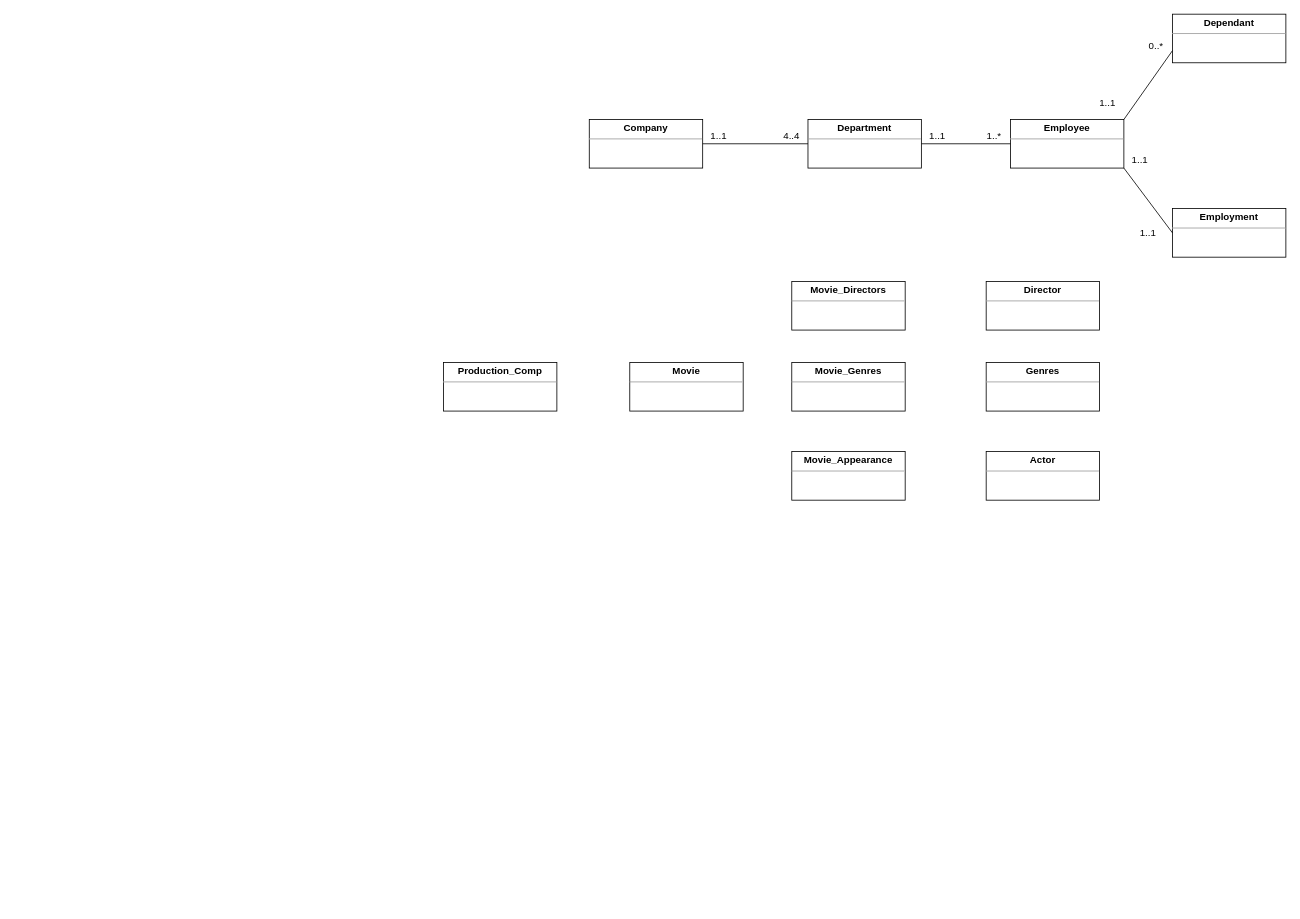
This is FDMPasstask3.drawio from LastMinuteBanter/DistinctionTaskUML, a draw.io file, before an edit. Source tidied: cells renumbered, new cells numbered last; positions are measured from the earlier drawing's top-left corner, leaving out a move shared by most shapes. Both pictures are drawn from the tidied source at 81%, with x=0, y=0 at pixel (443, 14).
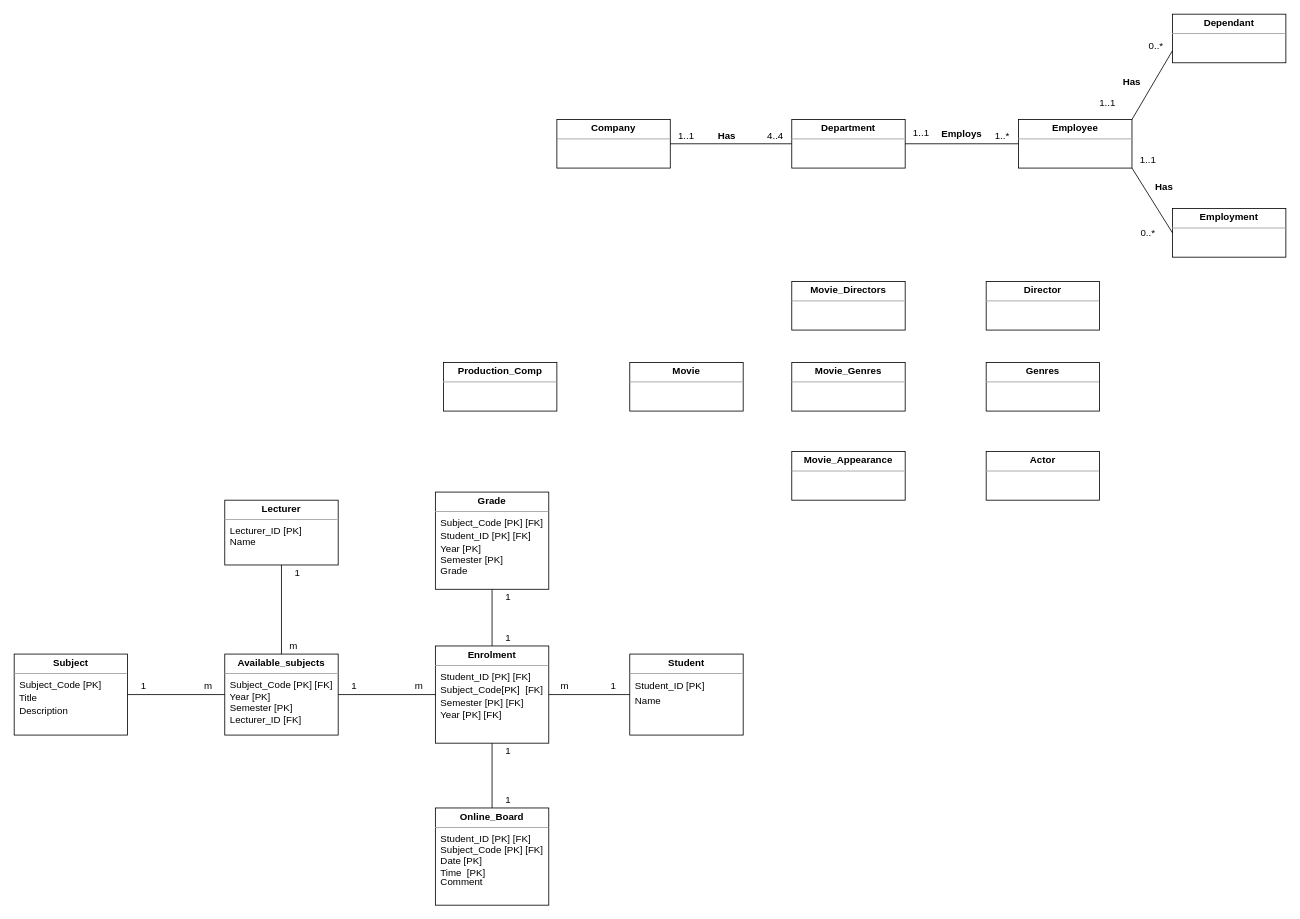
Above is the later version.

Diff of the diagram source:
```diff
@@
     <mxCell id="2" value="&lt;p style=&quot;margin: 0px ; margin-top: 4px ; text-align: center&quot;&gt;&lt;b&gt;Company&lt;/b&gt;&lt;br&gt;&lt;/p&gt;&lt;hr size=&quot;1&quot;&gt;&lt;div style=&quot;height: 2px&quot;&gt;&lt;/div&gt;" style="verticalAlign=top;align=left;overflow=fill;fontSize=12;fontFamily=Helvetica;html=1;" parent="1" vertex="1">
-      <mxGeometry x="180" y="130" width="140" height="60" as="geometry" />
+      <mxGeometry x="140" y="130" width="140" height="60" as="geometry" />
     </mxCell>
     <mxCell id="3" value="&lt;p style=&quot;margin: 0px ; margin-top: 4px ; text-align: center&quot;&gt;&lt;b&gt;Department&lt;/b&gt;&lt;br&gt;&lt;/p&gt;&lt;hr size=&quot;1&quot;&gt;&lt;div style=&quot;height: 2px&quot;&gt;&lt;/div&gt;" style="verticalAlign=top;align=left;overflow=fill;fontSize=12;fontFamily=Helvetica;html=1;" parent="1" vertex="1">
-      <mxGeometry x="450" y="130" width="140" height="60" as="geometry" />
+      <mxGeometry x="430" y="130" width="140" height="60" as="geometry" />
     </mxCell>
     <mxCell id="4" value="&lt;p style=&quot;margin: 0px ; margin-top: 4px ; text-align: center&quot;&gt;&lt;b&gt;Employee&lt;/b&gt;&lt;br&gt;&lt;/p&gt;&lt;hr size=&quot;1&quot;&gt;&lt;div style=&quot;height: 2px&quot;&gt;&lt;/div&gt;" style="verticalAlign=top;align=left;overflow=fill;fontSize=12;fontFamily=Helvetica;html=1;" parent="1" vertex="1">
-      <mxGeometry x="700" y="130" width="140" height="60" as="geometry" />
+      <mxGeometry x="710" y="130" width="140" height="60" as="geometry" />
     </mxCell>
@@
     <mxCell id="11" value="1..1" style="text;html=1;strokeColor=none;fillColor=none;align=center;verticalAlign=middle;whiteSpace=wrap;rounded=0;" parent="1" vertex="1">
-      <mxGeometry x="320" y="140" width="40" height="20" as="geometry" />
+      <mxGeometry x="280" y="140" width="40" height="20" as="geometry" />
     </mxCell>
     <mxCell id="12" value="4..4" style="text;html=1;strokeColor=none;fillColor=none;align=center;verticalAlign=middle;whiteSpace=wrap;rounded=0;" parent="1" vertex="1">
-      <mxGeometry x="410" y="140" width="40" height="20" as="geometry" />
+      <mxGeometry x="390" y="140" width="40" height="20" as="geometry" />
     </mxCell>
     <mxCell id="13" value="1..1" style="text;html=1;strokeColor=none;fillColor=none;align=center;verticalAlign=middle;whiteSpace=wrap;rounded=0;" parent="1" vertex="1">
-      <mxGeometry x="590" y="140" width="40" height="20" as="geometry" />
+      <mxGeometry x="570" y="137" width="40" height="20" as="geometry" />
     </mxCell>
     <mxCell id="14" value="1..*" style="text;html=1;strokeColor=none;fillColor=none;align=center;verticalAlign=middle;whiteSpace=wrap;rounded=0;" parent="1" vertex="1">
-      <mxGeometry x="660" y="140" width="40" height="20" as="geometry" />
+      <mxGeometry x="670" y="140" width="40" height="20" as="geometry" />
     </mxCell>
@@
     <mxCell id="17" value="1..1" style="text;html=1;strokeColor=none;fillColor=none;align=center;verticalAlign=middle;whiteSpace=wrap;rounded=0;" parent="1" vertex="1">
-      <mxGeometry x="840" y="170" width="40" height="20" as="geometry" />
+      <mxGeometry x="850" y="170" width="40" height="20" as="geometry" />
     </mxCell>
-    <mxCell id="18" value="1..1" style="text;html=1;strokeColor=none;fillColor=none;align=center;verticalAlign=middle;whiteSpace=wrap;rounded=0;" parent="1" vertex="1">
+    <mxCell id="18" value="0..*" style="text;html=1;strokeColor=none;fillColor=none;align=center;verticalAlign=middle;whiteSpace=wrap;rounded=0;" parent="1" vertex="1">
       <mxGeometry x="850" y="260" width="40" height="20" as="geometry" />
     </mxCell>
@@
+    <mxCell id="27" value="Has" style="text;align=center;fontStyle=1;verticalAlign=middle;spacingLeft=3;spacingRight=3;strokeColor=none;" parent="1" vertex="1">
+      <mxGeometry x="310" y="137" width="80" height="26" as="geometry" />
+    </mxCell>
+    <mxCell id="28" value="Employs" style="text;align=center;fontStyle=1;verticalAlign=middle;spacingLeft=3;spacingRight=3;strokeColor=none;" parent="1" vertex="1">
+      <mxGeometry x="600" y="134" width="80" height="26" as="geometry" />
+    </mxCell>
+    <mxCell id="29" value="Has" style="text;align=center;fontStyle=1;verticalAlign=middle;spacingLeft=3;spacingRight=3;strokeColor=none;" parent="1" vertex="1">
+      <mxGeometry x="810" y="70" width="80" height="26" as="geometry" />
+    </mxCell>
+    <mxCell id="30" value="Has" style="text;align=center;fontStyle=1;verticalAlign=middle;spacingLeft=3;spacingRight=3;strokeColor=none;" parent="1" vertex="1">
+      <mxGeometry x="850" y="200" width="80" height="26" as="geometry" />
+    </mxCell>
+    <mxCell id="31" value="&lt;p style=&quot;margin: 0px ; margin-top: 4px ; text-align: center&quot;&gt;&lt;b&gt;Subject&lt;/b&gt;&lt;br&gt;&lt;/p&gt;&lt;hr size=&quot;1&quot;&gt;&lt;div style=&quot;height: 2px&quot;&gt;&amp;nbsp; Subject_Code [PK]&lt;br&gt;&lt;/div&gt;&lt;div style=&quot;height: 2px&quot;&gt;&lt;br&gt;&lt;/div&gt;&lt;div style=&quot;height: 2px&quot;&gt;&lt;br&gt;&lt;/div&gt;&lt;div style=&quot;height: 2px&quot;&gt;&lt;br&gt;&lt;/div&gt;&lt;div style=&quot;height: 2px&quot;&gt;&lt;br&gt;&lt;/div&gt;&lt;div style=&quot;height: 2px&quot;&gt;&lt;br&gt;&lt;/div&gt;&lt;div style=&quot;height: 2px&quot;&gt;&lt;br&gt;&lt;/div&gt;&lt;div style=&quot;height: 2px&quot;&gt;&lt;br&gt;&lt;/div&gt;&lt;div style=&quot;height: 2px&quot;&gt;&amp;nbsp; Title &lt;br&gt;&lt;/div&gt;&lt;div style=&quot;height: 2px&quot;&gt;&lt;br&gt;&lt;/div&gt;&lt;div style=&quot;height: 2px&quot;&gt;&lt;br&gt;&lt;/div&gt;&lt;div style=&quot;height: 2px&quot;&gt;&lt;br&gt;&lt;/div&gt;&lt;div style=&quot;height: 2px&quot;&gt;&lt;br&gt;&lt;/div&gt;&lt;div style=&quot;height: 2px&quot;&gt;&lt;br&gt;&lt;/div&gt;&lt;div style=&quot;height: 2px&quot;&gt;&lt;br&gt;&lt;/div&gt;&lt;div style=&quot;height: 2px&quot;&gt;&lt;br&gt;&lt;/div&gt;&lt;div style=&quot;height: 2px&quot;&gt;&amp;nbsp; Description&lt;br&gt;&lt;/div&gt;" style="verticalAlign=top;align=left;overflow=fill;fontSize=12;fontFamily=Helvetica;html=1;" parent="1" vertex="1">
+      <mxGeometry x="-530" y="790" width="140" height="100" as="geometry" />
+    </mxCell>
+    <mxCell id="32" value="&lt;p style=&quot;margin: 0px ; margin-top: 4px ; text-align: center&quot;&gt;&lt;b&gt;Available_subjects&lt;/b&gt;&lt;br&gt;&lt;/p&gt;&lt;hr size=&quot;1&quot;&gt;&lt;div&gt;&amp;nbsp; Subject_Code [PK] [FK]&lt;br&gt;&lt;/div&gt;&lt;div&gt;&amp;nbsp; Year [PK]&lt;br&gt;&lt;/div&gt;&lt;div&gt;&amp;nbsp; Semester [PK]&lt;br&gt;&lt;/div&gt;&lt;div&gt;&amp;nbsp; Lecturer_ID [FK]&lt;br&gt;&lt;/div&gt;" style="verticalAlign=top;align=left;overflow=fill;fontSize=12;fontFamily=Helvetica;html=1;" parent="1" vertex="1">
+      <mxGeometry x="-270" y="790" width="140" height="100" as="geometry" />
+    </mxCell>
+    <mxCell id="33" value="&lt;p style=&quot;margin: 0px ; margin-top: 4px ; text-align: center&quot;&gt;&lt;b&gt;Lecturer&lt;/b&gt;&lt;br&gt;&lt;/p&gt;&lt;hr size=&quot;1&quot;&gt;&lt;div style=&quot;height: 2px&quot;&gt;&amp;nbsp; Lecturer_ID [PK]&lt;br&gt;&lt;/div&gt;&lt;div style=&quot;height: 2px&quot;&gt;&lt;br&gt;&lt;/div&gt;&lt;div style=&quot;height: 2px&quot;&gt;&lt;br&gt;&lt;/div&gt;&lt;div style=&quot;height: 2px&quot;&gt;&lt;br&gt;&lt;/div&gt;&lt;div style=&quot;height: 2px&quot;&gt;&lt;br&gt;&lt;/div&gt;&lt;div style=&quot;height: 2px&quot;&gt;&lt;br&gt;&lt;/div&gt;&lt;div style=&quot;height: 2px&quot;&gt;&lt;br&gt;&lt;/div&gt;&lt;div style=&quot;height: 2px&quot;&gt;&amp;nbsp; Name&lt;br&gt;&lt;/div&gt;" style="verticalAlign=top;align=left;overflow=fill;fontSize=12;fontFamily=Helvetica;html=1;" parent="1" vertex="1">
+      <mxGeometry x="-270" y="600" width="140" height="80" as="geometry" />
+    </mxCell>
+    <mxCell id="34" value="&lt;p style=&quot;margin: 0px ; margin-top: 4px ; text-align: center&quot;&gt;&lt;b&gt;Enrolment&lt;/b&gt;&lt;br&gt;&lt;/p&gt;&lt;hr size=&quot;1&quot;&gt;&lt;div style=&quot;height: 2px&quot;&gt;&amp;nbsp; Student_ID [PK] [FK]&lt;br&gt;&lt;/div&gt;&lt;div style=&quot;height: 2px&quot;&gt;&lt;br&gt;&lt;/div&gt;&lt;div style=&quot;height: 2px&quot;&gt;&lt;br&gt;&lt;/div&gt;&lt;div style=&quot;height: 2px&quot;&gt;&lt;br&gt;&lt;/div&gt;&lt;div style=&quot;height: 2px&quot;&gt;&lt;br&gt;&lt;/div&gt;&lt;div style=&quot;height: 2px&quot;&gt;&lt;br&gt;&lt;/div&gt;&lt;div style=&quot;height: 2px&quot;&gt;&lt;br&gt;&lt;/div&gt;&lt;div style=&quot;height: 2px&quot;&gt;&lt;br&gt;&lt;/div&gt;&lt;div style=&quot;height: 2px&quot;&gt;&amp;nbsp; Subject_Code[PK]&amp;nbsp; [FK]&lt;/div&gt;&lt;div style=&quot;height: 2px&quot;&gt;&lt;br&gt;&lt;/div&gt;&lt;div style=&quot;height: 2px&quot;&gt;&lt;br&gt;&lt;/div&gt;&lt;div style=&quot;height: 2px&quot;&gt;&lt;br&gt;&lt;/div&gt;&lt;div style=&quot;height: 2px&quot;&gt;&lt;br&gt;&lt;/div&gt;&lt;div style=&quot;height: 2px&quot;&gt;&lt;br&gt;&lt;/div&gt;&lt;div style=&quot;height: 2px&quot;&gt;&lt;br&gt;&lt;/div&gt;&lt;div style=&quot;height: 2px&quot;&gt;&lt;br&gt;&lt;/div&gt;&lt;div style=&quot;height: 2px&quot;&gt;&amp;nbsp; Semester [PK] [FK]&lt;/div&gt;&lt;div style=&quot;height: 2px&quot;&gt;&lt;br&gt;&lt;/div&gt;&lt;div style=&quot;height: 2px&quot;&gt;&lt;br&gt;&lt;/div&gt;&lt;div style=&quot;height: 2px&quot;&gt;&lt;br&gt;&lt;/div&gt;&lt;div style=&quot;height: 2px&quot;&gt;&lt;br&gt;&lt;/div&gt;&lt;div style=&quot;height: 2px&quot;&gt;&lt;br&gt;&lt;/div&gt;&lt;div style=&quot;height: 2px&quot;&gt;&amp;nbsp;&lt;br&gt;&lt;/div&gt;&lt;div style=&quot;height: 2px&quot;&gt;&lt;br&gt;&lt;/div&gt;&lt;div style=&quot;height: 2px&quot;&gt;&amp;nbsp; Year [PK] [FK]&lt;/div&gt;" style="verticalAlign=top;align=left;overflow=fill;fontSize=12;fontFamily=Helvetica;html=1;" parent="1" vertex="1">
+      <mxGeometry x="-10" y="780" width="140" height="120" as="geometry" />
+    </mxCell>
+    <mxCell id="35" value="&lt;p style=&quot;margin: 0px ; margin-top: 4px ; text-align: center&quot;&gt;&lt;b&gt;Online_Board&lt;/b&gt;&lt;br&gt;&lt;/p&gt;&lt;hr size=&quot;1&quot;&gt;&lt;div style=&quot;height: 2px&quot;&gt;&amp;nbsp; Student_ID [PK] [FK]&lt;/div&gt;&lt;div style=&quot;height: 2px&quot;&gt;&lt;br&gt;&lt;/div&gt;&lt;div style=&quot;height: 2px&quot;&gt;&lt;br&gt;&lt;/div&gt;&lt;div style=&quot;height: 2px&quot;&gt;&lt;br&gt;&lt;/div&gt;&lt;div style=&quot;height: 2px&quot;&gt;&lt;br&gt;&lt;/div&gt;&lt;div style=&quot;height: 2px&quot;&gt;&lt;br&gt;&lt;/div&gt;&lt;div style=&quot;height: 2px&quot;&gt;&lt;br&gt;&lt;/div&gt;&lt;div style=&quot;height: 2px&quot;&gt;&amp;nbsp; Subject_Code [PK] [FK]&lt;/div&gt;&lt;div style=&quot;height: 2px&quot;&gt;&lt;br&gt;&lt;/div&gt;&lt;div style=&quot;height: 2px&quot;&gt;&lt;br&gt;&lt;/div&gt;&lt;div style=&quot;height: 2px&quot;&gt;&lt;br&gt;&lt;/div&gt;&lt;div style=&quot;height: 2px&quot;&gt;&lt;br&gt;&lt;/div&gt;&lt;div style=&quot;height: 2px&quot;&gt;&lt;br&gt;&lt;/div&gt;&lt;div style=&quot;height: 2px&quot;&gt;&amp;nbsp; &lt;br&gt;&lt;/div&gt;&lt;div style=&quot;height: 2px&quot;&gt;&amp;nbsp; Date [PK]&lt;br&gt;&lt;/div&gt;&lt;div style=&quot;height: 2px&quot;&gt;&lt;br&gt;&lt;/div&gt;&lt;div style=&quot;height: 2px&quot;&gt;&lt;br&gt;&lt;/div&gt;&lt;div style=&quot;height: 2px&quot;&gt;&lt;br&gt;&lt;/div&gt;&lt;div style=&quot;height: 2px&quot;&gt;&lt;br&gt;&lt;/div&gt;&lt;div style=&quot;height: 2px&quot;&gt;&lt;br&gt;&lt;/div&gt;&lt;div style=&quot;height: 2px&quot;&gt;&lt;br&gt;&lt;/div&gt;&lt;div style=&quot;height: 2px&quot;&gt;&amp;nbsp; Time&amp;nbsp; [PK]&lt;br&gt;&lt;div style=&quot;height: 2px&quot;&gt;&lt;br&gt;&lt;/div&gt;&lt;div style=&quot;height: 2px&quot;&gt;&lt;br&gt;&lt;/div&gt;&lt;div style=&quot;height: 2px&quot;&gt;&lt;br&gt;&lt;/div&gt;&lt;div style=&quot;height: 2px&quot;&gt;&lt;br&gt;&lt;br&gt;&lt;/div&gt;&lt;/div&gt;&lt;div style=&quot;height: 2px&quot;&gt;&lt;br&gt;&lt;/div&gt;&lt;div style=&quot;height: 2px&quot;&gt;&lt;br&gt;&lt;/div&gt;&lt;div style=&quot;height: 2px&quot;&gt;&lt;br&gt;&lt;/div&gt;&lt;div style=&quot;height: 2px&quot;&gt;&lt;br&gt;&lt;/div&gt;&lt;div style=&quot;height: 2px&quot;&gt;&lt;br&gt;&lt;/div&gt;&lt;div style=&quot;height: 2px&quot;&gt;&amp;nbsp; Comment&lt;br&gt;&lt;/div&gt;&lt;div style=&quot;height: 2px&quot;&gt;&lt;br&gt;&lt;/div&gt;&lt;div style=&quot;height: 2px&quot;&gt;&lt;br&gt;&lt;/div&gt;&lt;div style=&quot;height: 2px&quot;&gt;&lt;br&gt;&lt;/div&gt;&lt;div style=&quot;height: 2px&quot;&gt;&lt;br&gt;&lt;/div&gt;&lt;div style=&quot;height: 2px&quot;&gt;&lt;br&gt;&lt;/div&gt;&lt;div style=&quot;height: 2px&quot;&gt;&lt;br&gt;&lt;/div&gt;" style="verticalAlign=top;align=left;overflow=fill;fontSize=12;fontFamily=Helvetica;html=1;" parent="1" vertex="1">
+      <mxGeometry x="-10" y="980" width="140" height="120" as="geometry" />
+    </mxCell>
+    <mxCell id="36" value="&lt;p style=&quot;margin: 0px ; margin-top: 4px ; text-align: center&quot;&gt;&lt;b&gt;Student&lt;/b&gt;&lt;br&gt;&lt;/p&gt;&lt;hr size=&quot;1&quot;&gt;&lt;div style=&quot;height: 2px&quot;&gt;&amp;nbsp; &lt;br&gt;&lt;/div&gt;&lt;div style=&quot;height: 2px&quot;&gt;&amp;nbsp; Student_ID [PK]&lt;/div&gt;&lt;div style=&quot;height: 2px&quot;&gt;&lt;br&gt;&lt;/div&gt;&lt;div style=&quot;height: 2px&quot;&gt;&lt;br&gt;&lt;/div&gt;&lt;div style=&quot;height: 2px&quot;&gt;&lt;br&gt;&lt;/div&gt;&lt;div style=&quot;height: 2px&quot;&gt;&lt;br&gt;&lt;/div&gt;&lt;div style=&quot;height: 2px&quot;&gt;&lt;br&gt;&lt;/div&gt;&lt;div style=&quot;height: 2px&quot;&gt;&lt;br&gt;&lt;/div&gt;&lt;div style=&quot;height: 2px&quot;&gt;&lt;br&gt;&lt;/div&gt;&lt;div style=&quot;height: 2px&quot;&gt;&lt;br&gt;&lt;/div&gt;&lt;div style=&quot;height: 2px&quot;&gt;&amp;nbsp; Name&lt;div style=&quot;height: 2px&quot;&gt;&lt;br&gt;&lt;/div&gt;&lt;div style=&quot;height: 2px&quot;&gt;&lt;br&gt;&lt;br&gt;&lt;/div&gt;&lt;div style=&quot;height: 2px&quot;&gt;&lt;br&gt;&lt;/div&gt;&lt;div style=&quot;height: 2px&quot;&gt;&lt;br&gt;&lt;/div&gt;&lt;div style=&quot;height: 2px&quot;&gt;&lt;br&gt;&lt;/div&gt;&lt;div style=&quot;height: 2px&quot;&gt;&lt;br&gt;&lt;br&gt;&lt;/div&gt;&lt;/div&gt;" style="verticalAlign=top;align=left;overflow=fill;fontSize=12;fontFamily=Helvetica;html=1;" parent="1" vertex="1">
+      <mxGeometry x="230" y="790" width="140" height="100" as="geometry" />
+    </mxCell>
+    <mxCell id="37" value="&lt;p style=&quot;margin: 0px ; margin-top: 4px ; text-align: center&quot;&gt;&lt;b&gt;Grade&lt;/b&gt;&lt;br&gt;&lt;/p&gt;&lt;hr size=&quot;1&quot;&gt;&lt;div style=&quot;height: 2px&quot;&gt;&amp;nbsp; Subject_Code [PK] [FK]&lt;/div&gt;&lt;div style=&quot;height: 2px&quot;&gt;&lt;br&gt;&lt;/div&gt;&lt;div style=&quot;height: 2px&quot;&gt;&lt;br&gt;&lt;/div&gt;&lt;div style=&quot;height: 2px&quot;&gt;&lt;br&gt;&lt;/div&gt;&lt;div style=&quot;height: 2px&quot;&gt;&lt;br&gt;&lt;/div&gt;&lt;div style=&quot;height: 2px&quot;&gt;&lt;br&gt;&lt;/div&gt;&lt;div style=&quot;height: 2px&quot;&gt;&lt;br&gt;&lt;/div&gt;&lt;div style=&quot;height: 2px&quot;&gt;&lt;br&gt;&lt;/div&gt;&lt;div style=&quot;height: 2px&quot;&gt;&amp;nbsp; Student_ID [PK] [FK]&lt;/div&gt;&lt;div style=&quot;height: 2px&quot;&gt;&lt;br&gt;&lt;/div&gt;&lt;div style=&quot;height: 2px&quot;&gt;&lt;br&gt;&lt;/div&gt;&lt;div style=&quot;height: 2px&quot;&gt;&lt;br&gt;&lt;/div&gt;&lt;div style=&quot;height: 2px&quot;&gt;&lt;br&gt;&lt;/div&gt;&lt;div style=&quot;height: 2px&quot;&gt;&lt;br&gt;&lt;/div&gt;&lt;div style=&quot;height: 2px&quot;&gt;&lt;br&gt;&lt;/div&gt;&lt;div style=&quot;height: 2px&quot;&gt;&amp;nbsp; &lt;br&gt;&lt;/div&gt;&lt;div style=&quot;height: 2px&quot;&gt;&amp;nbsp; Year [PK]&lt;/div&gt;&lt;div style=&quot;height: 2px&quot;&gt;&lt;br&gt;&lt;/div&gt;&lt;div style=&quot;height: 2px&quot;&gt;&lt;br&gt;&lt;/div&gt;&lt;div style=&quot;height: 2px&quot;&gt;&lt;br&gt;&lt;/div&gt;&lt;div style=&quot;height: 2px&quot;&gt;&lt;br&gt;&lt;/div&gt;&lt;div style=&quot;height: 2px&quot;&gt;&lt;br&gt;&lt;/div&gt;&lt;div style=&quot;height: 2px&quot;&gt;&lt;br&gt;&lt;/div&gt;&lt;div style=&quot;height: 2px&quot;&gt;&amp;nbsp; Semester [PK]&lt;/div&gt;&lt;div style=&quot;height: 2px&quot;&gt;&lt;br&gt;&lt;/div&gt;&lt;div style=&quot;height: 2px&quot;&gt;&lt;br&gt;&lt;/div&gt;&lt;div style=&quot;height: 2px&quot;&gt;&lt;br&gt;&lt;/div&gt;&lt;div style=&quot;height: 2px&quot;&gt;&lt;br&gt;&lt;/div&gt;&lt;div style=&quot;height: 2px&quot;&gt;&lt;br&gt;&lt;/div&gt;&lt;div style=&quot;height: 2px&quot;&gt;&lt;br&gt;&lt;/div&gt;&lt;div style=&quot;height: 2px&quot;&gt;&amp;nbsp; Grade&lt;br&gt;&lt;/div&gt;" style="verticalAlign=top;align=left;overflow=fill;fontSize=12;fontFamily=Helvetica;html=1;" parent="1" vertex="1">
+      <mxGeometry x="-10" y="590" width="140" height="120" as="geometry" />
+    </mxCell>
+    <mxCell id="38" style="endArrow=none;html=1;rounded=0;entryX=0;entryY=0.5;entryDx=0;entryDy=0;" parent="1" edge="1" target="32">
+      <mxGeometry relative="1" as="geometry">
+        <mxPoint x="-390" y="840" as="sourcePoint" />
+      </mxGeometry>
+    </mxCell>
+    <mxCell id="39" style="endArrow=none;html=1;rounded=0;exitX=0.5;exitY=1;exitDx=0;exitDy=0;" parent="1" edge="1" source="33" target="32">
+      <mxGeometry relative="1" as="geometry" />
+    </mxCell>
+    <mxCell id="40" style="endArrow=none;html=1;rounded=0;exitX=1;exitY=0.5;exitDx=0;exitDy=0;entryX=0;entryY=0.5;entryDx=0;entryDy=0;" parent="1" edge="1" source="32" target="34">
+      <mxGeometry relative="1" as="geometry" />
+    </mxCell>
+    <mxCell id="41" style="endArrow=none;html=1;rounded=0;exitX=0.5;exitY=1;exitDx=0;exitDy=0;entryX=0.5;entryY=0;entryDx=0;entryDy=0;" parent="1" edge="1" source="34" target="35">
+      <mxGeometry relative="1" as="geometry" />
+    </mxCell>
+    <mxCell id="42" style="endArrow=none;html=1;rounded=0;exitX=0.5;exitY=1;exitDx=0;exitDy=0;entryX=0.5;entryY=0;entryDx=0;entryDy=0;" parent="1" edge="1" source="37" target="34">
+      <mxGeometry relative="1" as="geometry" />
+    </mxCell>
+    <mxCell id="43" style="endArrow=none;html=1;rounded=0;exitX=0;exitY=0.5;exitDx=0;exitDy=0;entryX=1;entryY=0.5;entryDx=0;entryDy=0;" parent="1" edge="1" source="36" target="34">
+      <mxGeometry relative="1" as="geometry" />
+    </mxCell>
+    <mxCell id="44" value="1" style="text;html=1;strokeColor=none;fillColor=none;align=center;verticalAlign=middle;whiteSpace=wrap;rounded=0;" parent="1" vertex="1">
+      <mxGeometry x="-390" y="820" width="40" height="20" as="geometry" />
+    </mxCell>
+    <mxCell id="45" value="m" style="text;html=1;strokeColor=none;fillColor=none;align=center;verticalAlign=middle;whiteSpace=wrap;rounded=0;" parent="1" vertex="1">
+      <mxGeometry x="-310" y="820" width="40" height="20" as="geometry" />
+    </mxCell>
+    <mxCell id="46" value="m" style="text;html=1;strokeColor=none;fillColor=none;align=center;verticalAlign=middle;whiteSpace=wrap;rounded=0;" parent="1" vertex="1">
+      <mxGeometry x="-205" y="770" width="40" height="20" as="geometry" />
+    </mxCell>
+    <mxCell id="47" value="1" style="text;html=1;strokeColor=none;fillColor=none;align=center;verticalAlign=middle;whiteSpace=wrap;rounded=0;" parent="1" vertex="1">
+      <mxGeometry x="-200" y="680" width="40" height="20" as="geometry" />
+    </mxCell>
+    <mxCell id="48" value="1" style="text;html=1;strokeColor=none;fillColor=none;align=center;verticalAlign=middle;whiteSpace=wrap;rounded=0;" parent="1" vertex="1">
+      <mxGeometry x="-130" y="820" width="40" height="20" as="geometry" />
+    </mxCell>
+    <mxCell id="49" value="m" style="text;html=1;strokeColor=none;fillColor=none;align=center;verticalAlign=middle;whiteSpace=wrap;rounded=0;" parent="1" vertex="1">
+      <mxGeometry x="-50" y="820" width="40" height="20" as="geometry" />
+    </mxCell>
+    <mxCell id="50" value="1" style="text;html=1;strokeColor=none;fillColor=none;align=center;verticalAlign=middle;whiteSpace=wrap;rounded=0;" parent="1" vertex="1">
+      <mxGeometry x="60" y="710" width="40" height="20" as="geometry" />
+    </mxCell>
+    <mxCell id="51" value="1" style="text;html=1;strokeColor=none;fillColor=none;align=center;verticalAlign=middle;whiteSpace=wrap;rounded=0;" parent="1" vertex="1">
+      <mxGeometry x="60" y="760" width="40" height="20" as="geometry" />
+    </mxCell>
+    <mxCell id="52" value="1" style="text;html=1;strokeColor=none;fillColor=none;align=center;verticalAlign=middle;whiteSpace=wrap;rounded=0;" parent="1" vertex="1">
+      <mxGeometry x="190" y="820" width="40" height="20" as="geometry" />
+    </mxCell>
+    <mxCell id="53" value="m" style="text;html=1;strokeColor=none;fillColor=none;align=center;verticalAlign=middle;whiteSpace=wrap;rounded=0;" parent="1" vertex="1">
+      <mxGeometry x="130" y="820" width="40" height="20" as="geometry" />
+    </mxCell>
+    <mxCell id="54" value="1" style="text;html=1;strokeColor=none;fillColor=none;align=center;verticalAlign=middle;whiteSpace=wrap;rounded=0;" parent="1" vertex="1">
+      <mxGeometry x="60" y="900" width="40" height="20" as="geometry" />
+    </mxCell>
+    <mxCell id="55" value="1" style="text;html=1;strokeColor=none;fillColor=none;align=center;verticalAlign=middle;whiteSpace=wrap;rounded=0;" parent="1" vertex="1">
+      <mxGeometry x="60" y="960" width="40" height="20" as="geometry" />
+    </mxCell>
```
